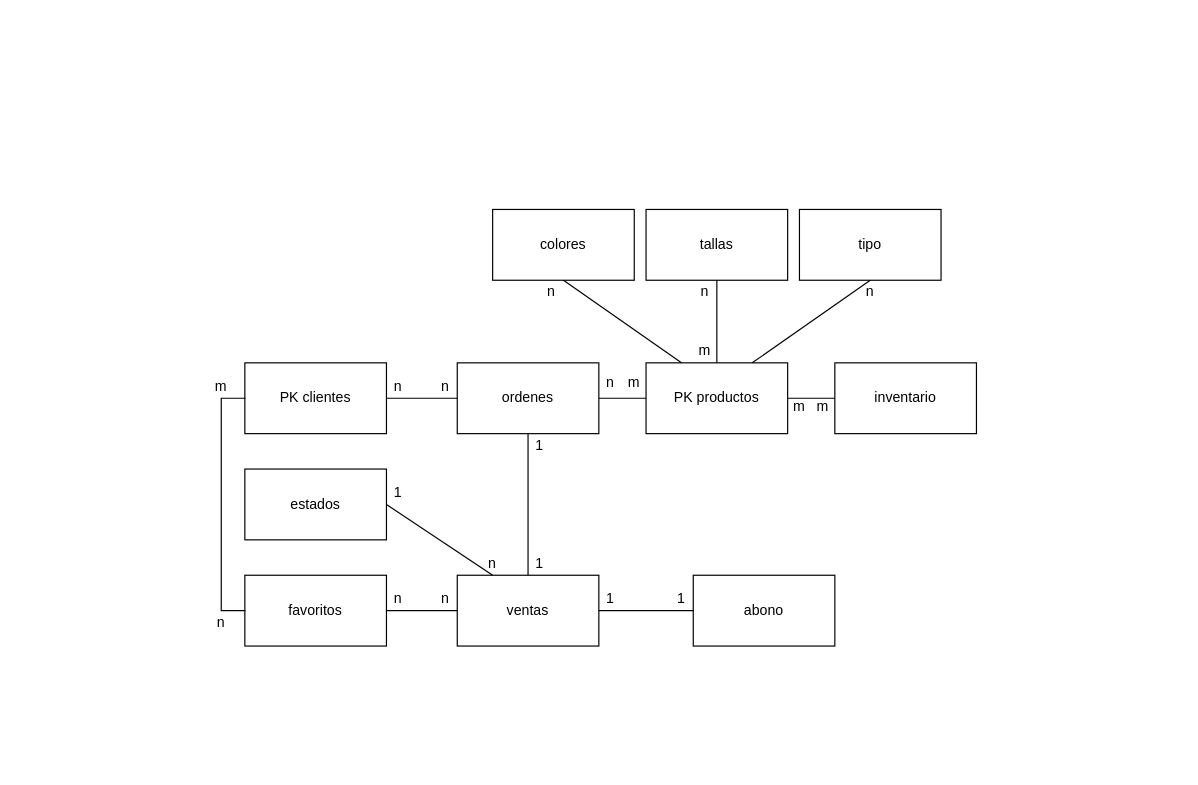
This is diagramas/nieve_cordillera.drawio from carpenaloza/basic_repo, a draw.io file, before an edit. Source tidied: cells renumbered, new cells numbered last; positions are measured from the earlier drawing's top-left corner, leaving out a move shared by most shapes. Both pictures are drawn from the tidied source at 118%, with x=0, y=0 at pixel (126, 209).
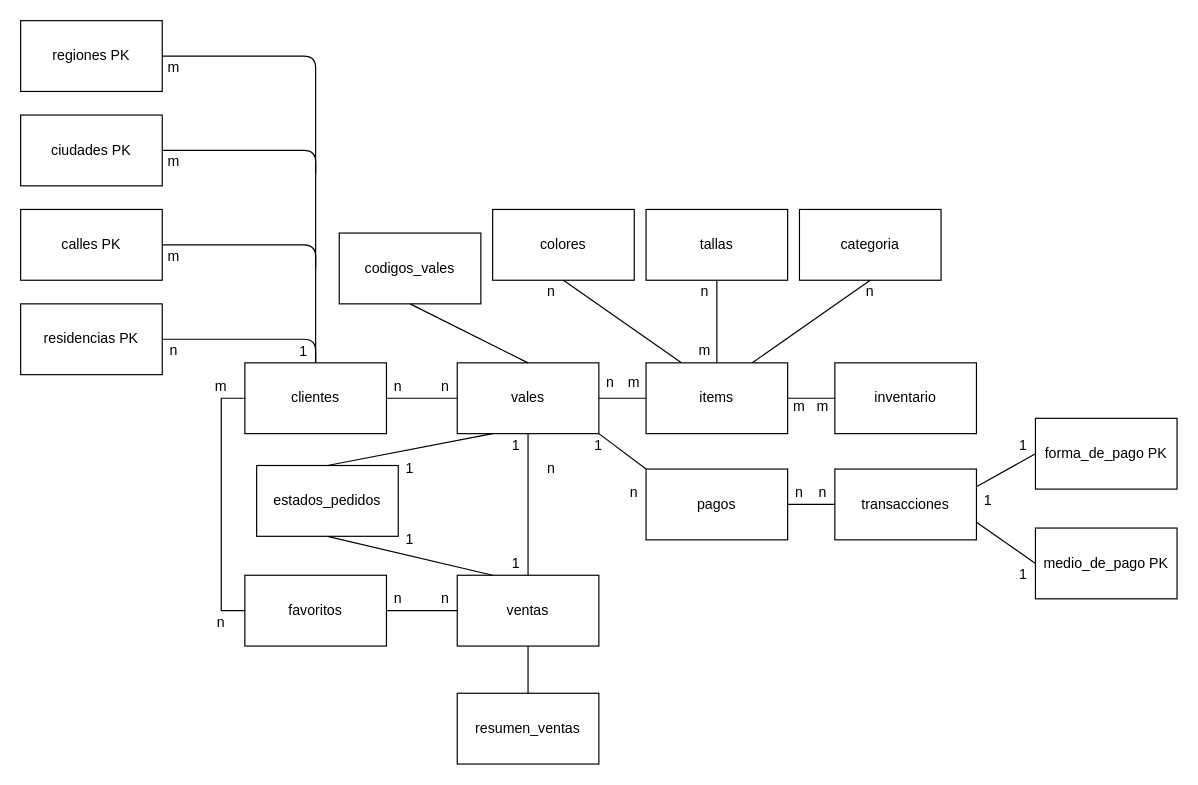
The same page after the edit.

Unchanged cells that the change refers to:
```xml
<mxCell id="9" value="ventas" style="rounded=0;whiteSpace=wrap;html=1;" parent="1" vertex="1">
  <mxGeometry x="280" y="310" width="120" height="60" as="geometry" />
</mxCell>
```

What changed in the source:
```diff
@@
-    <mxCell id="2" value="PK clientes" style="rounded=0;whiteSpace=wrap;html=1;" parent="1" vertex="1">
+    <mxCell id="2" value="clientes" style="rounded=0;whiteSpace=wrap;html=1;" parent="1" vertex="1">
       <mxGeometry x="100" y="130" width="120" height="60" as="geometry" />
     </mxCell>
-    <mxCell id="3" value="PK productos" style="rounded=0;whiteSpace=wrap;html=1;" parent="1" vertex="1">
+    <mxCell id="3" value="items" style="rounded=0;whiteSpace=wrap;html=1;" parent="1" vertex="1">
       <mxGeometry x="440" y="130" width="120" height="60" as="geometry" />
     </mxCell>
-    <mxCell id="4" value="ordenes" style="rounded=0;whiteSpace=wrap;html=1;" parent="1" vertex="1">
+    <mxCell id="4" value="vales" style="rounded=0;whiteSpace=wrap;html=1;" parent="1" vertex="1">
       <mxGeometry x="280" y="130" width="120" height="60" as="geometry" />
     </mxCell>
-    <mxCell id="5" value="estados" style="rounded=0;whiteSpace=wrap;html=1;" parent="1" vertex="1">
-      <mxGeometry x="100" y="220" width="120" height="60" as="geometry" />
+    <mxCell id="5" value="estados_pedidos" style="rounded=0;whiteSpace=wrap;html=1;" parent="1" vertex="1">
+      <mxGeometry x="110" y="217" width="120" height="60" as="geometry" />
     </mxCell>
@@
-    <mxCell id="15" style="endArrow=none;html=1;exitX=1;exitY=0.5;exitDx=0;exitDy=0;entryX=0.25;entryY=0;entryDx=0;entryDy=0;" parent="1" edge="1" source="5" target="9">
+    <mxCell id="15" style="endArrow=none;html=1;exitX=0.5;exitY=0;exitDx=0;exitDy=0;entryX=0;entryY=0;entryDx=0;entryDy=0;" parent="1" edge="1" source="5" target="37">
       <mxGeometry relative="1" as="geometry" />
     </mxCell>
@@
-    <mxCell id="20" value="tipo" style="rounded=0;whiteSpace=wrap;html=1;" parent="1" vertex="1">
+    <mxCell id="20" value="categoria" style="rounded=0;whiteSpace=wrap;html=1;" parent="1" vertex="1">
       <mxGeometry x="570" width="120" height="60" as="geometry" />
     </mxCell>
@@
-    <mxCell id="22" value="abono" style="rounded=0;whiteSpace=wrap;html=1;" parent="1" vertex="1">
-      <mxGeometry x="480" y="310" width="120" height="60" as="geometry" />
-    </mxCell>
-    <mxCell id="23" style="endArrow=none;html=1;exitX=1;exitY=0.5;exitDx=0;exitDy=0;" parent="1" edge="1" source="9">
-      <mxGeometry relative="1" as="geometry">
-        <mxPoint x="480" y="340" as="targetPoint" />
-        <Array as="points">
-          <mxPoint x="440" y="340" />
-        </Array>
-      </mxGeometry>
-    </mxCell>
@@
     <mxCell id="33" value="n" style="text;html=1;strokeColor=none;fillColor=none;align=center;verticalAlign=middle;whiteSpace=wrap;rounded=0;" parent="1" vertex="1">
-      <mxGeometry x="290" y="290" width="40" height="20" as="geometry" />
+      <mxGeometry x="340" y="210" width="40" height="20" as="geometry" />
     </mxCell>
@@
     <mxCell id="36" value="1" style="text;html=1;strokeColor=none;fillColor=none;align=center;verticalAlign=middle;whiteSpace=wrap;rounded=0;" parent="1" vertex="1">
-      <mxGeometry x="210" y="230" width="40" height="20" as="geometry" />
+      <mxGeometry x="220" y="210" width="40" height="20" as="geometry" />
     </mxCell>
     <mxCell id="37" value="1" style="text;html=1;strokeColor=none;fillColor=none;align=center;verticalAlign=middle;whiteSpace=wrap;rounded=0;" parent="1" vertex="1">
-      <mxGeometry x="330" y="190" width="40" height="20" as="geometry" />
+      <mxGeometry x="310" y="190" width="40" height="20" as="geometry" />
     </mxCell>
     <mxCell id="38" value="1" style="text;html=1;strokeColor=none;fillColor=none;align=center;verticalAlign=middle;whiteSpace=wrap;rounded=0;" parent="1" vertex="1">
-      <mxGeometry x="330" y="290" width="40" height="20" as="geometry" />
+      <mxGeometry x="310" y="290" width="40" height="20" as="geometry" />
     </mxCell>
-    <mxCell id="39" value="1" style="text;html=1;strokeColor=none;fillColor=none;align=center;verticalAlign=middle;whiteSpace=wrap;rounded=0;" parent="1" vertex="1">
-      <mxGeometry x="450" y="320" width="40" height="20" as="geometry" />
-    </mxCell>
-    <mxCell id="40" value="1" style="text;html=1;strokeColor=none;fillColor=none;align=center;verticalAlign=middle;whiteSpace=wrap;rounded=0;" parent="1" vertex="1">
-      <mxGeometry x="390" y="320" width="40" height="20" as="geometry" />
-    </mxCell>
@@
+    <mxCell id="44" value="residencias PK" style="rounded=0;whiteSpace=wrap;html=1;" parent="1" vertex="1">
+      <mxGeometry x="-90" y="80" width="120" height="60" as="geometry" />
+    </mxCell>
+    <mxCell id="45" value="calles PK" style="rounded=0;whiteSpace=wrap;html=1;" parent="1" vertex="1">
+      <mxGeometry x="-90" width="120" height="60" as="geometry" />
+    </mxCell>
+    <mxCell id="46" value="ciudades PK" style="rounded=0;whiteSpace=wrap;html=1;" parent="1" vertex="1">
+      <mxGeometry x="-90" y="-80" width="120" height="60" as="geometry" />
+    </mxCell>
+    <mxCell id="47" value="regiones PK" style="rounded=0;whiteSpace=wrap;html=1;" parent="1" vertex="1">
+      <mxGeometry x="-90" y="-160" width="120" height="60" as="geometry" />
+    </mxCell>
+    <mxCell id="48" style="endArrow=none;html=1;entryX=1;entryY=0.5;entryDx=0;entryDy=0;exitX=0.5;exitY=0;exitDx=0;exitDy=0;" parent="1" edge="1" source="2" target="44">
+      <mxGeometry relative="1" as="geometry">
+        <Array as="points">
+          <mxPoint x="160" y="110" />
+        </Array>
+      </mxGeometry>
+    </mxCell>
+    <mxCell id="49" style="endArrow=none;html=1;entryX=1;entryY=0.5;entryDx=0;entryDy=0;exitX=0.5;exitY=0;exitDx=0;exitDy=0;" parent="1" edge="1" source="2">
+      <mxGeometry relative="1" as="geometry">
+        <mxPoint x="30" y="30" as="targetPoint" />
+        <Array as="points">
+          <mxPoint x="160" y="30" />
+        </Array>
+      </mxGeometry>
+    </mxCell>
+    <mxCell id="50" style="endArrow=none;html=1;entryX=1;entryY=0.5;entryDx=0;entryDy=0;exitX=0.5;exitY=0;exitDx=0;exitDy=0;" parent="1" edge="1">
+      <mxGeometry relative="1" as="geometry">
+        <mxPoint x="160" y="50" as="sourcePoint" />
+        <mxPoint x="30" y="-50" as="targetPoint" />
+        <Array as="points">
+          <mxPoint x="160" y="-50" />
+        </Array>
+      </mxGeometry>
+    </mxCell>
+    <mxCell id="51" style="endArrow=none;html=1;entryX=1;entryY=0.5;entryDx=0;entryDy=0;exitX=0.5;exitY=0;exitDx=0;exitDy=0;" parent="1" edge="1">
+      <mxGeometry relative="1" as="geometry">
+        <mxPoint x="160" y="-30" as="sourcePoint" />
+        <mxPoint x="30" y="-130" as="targetPoint" />
+        <Array as="points">
+          <mxPoint x="160" y="-130" />
+        </Array>
+      </mxGeometry>
+    </mxCell>
+    <mxCell id="52" value="n" style="text;html=1;strokeColor=none;fillColor=none;align=center;verticalAlign=middle;whiteSpace=wrap;rounded=0;" parent="1" vertex="1">
+      <mxGeometry x="20" y="110" width="40" height="20" as="geometry" />
+    </mxCell>
+    <mxCell id="53" value="1" style="text;html=1;strokeColor=none;fillColor=none;align=center;verticalAlign=middle;whiteSpace=wrap;rounded=0;" parent="1" vertex="1">
+      <mxGeometry x="130" y="111" width="40" height="20" as="geometry" />
+    </mxCell>
+    <mxCell id="54" value="m" style="text;html=1;strokeColor=none;fillColor=none;align=center;verticalAlign=middle;whiteSpace=wrap;rounded=0;" parent="1" vertex="1">
+      <mxGeometry x="20" y="30" width="40" height="20" as="geometry" />
+    </mxCell>
+    <mxCell id="55" value="m" style="text;html=1;strokeColor=none;fillColor=none;align=center;verticalAlign=middle;whiteSpace=wrap;rounded=0;" parent="1" vertex="1">
+      <mxGeometry x="20" y="-50" width="40" height="20" as="geometry" />
+    </mxCell>
+    <mxCell id="56" value="m" style="text;html=1;strokeColor=none;fillColor=none;align=center;verticalAlign=middle;whiteSpace=wrap;rounded=0;" parent="1" vertex="1">
+      <mxGeometry x="20" y="-130" width="40" height="20" as="geometry" />
+    </mxCell>
+    <mxCell id="57" value="transacciones" style="rounded=0;whiteSpace=wrap;html=1;" parent="1" vertex="1">
+      <mxGeometry x="600" y="220" width="120" height="60" as="geometry" />
+    </mxCell>
+    <mxCell id="58" value="forma_de_pago PK" style="rounded=0;whiteSpace=wrap;html=1;" parent="1" vertex="1">
+      <mxGeometry x="770" y="177" width="120" height="60" as="geometry" />
+    </mxCell>
+    <mxCell id="59" value="medio_de_pago PK" style="rounded=0;whiteSpace=wrap;html=1;" parent="1" vertex="1">
+      <mxGeometry x="770" y="270" width="120" height="60" as="geometry" />
+    </mxCell>
+    <mxCell id="60" style="endArrow=none;html=1;entryX=0;entryY=0.5;entryDx=0;entryDy=0;exitX=1;exitY=0.25;exitDx=0;exitDy=0;" parent="1" edge="1" source="57" target="58">
+      <mxGeometry relative="1" as="geometry" />
+    </mxCell>
+    <mxCell id="61" style="endArrow=none;html=1;entryX=0;entryY=0.5;entryDx=0;entryDy=0;exitX=1;exitY=0.75;exitDx=0;exitDy=0;" parent="1" edge="1" source="57" target="59">
+      <mxGeometry relative="1" as="geometry" />
+    </mxCell>
+    <mxCell id="62" value="pagos" style="rounded=0;whiteSpace=wrap;html=1;" parent="1" vertex="1">
+      <mxGeometry x="440" y="220" width="120" height="60" as="geometry" />
+    </mxCell>
+    <mxCell id="63" value="resumen_ventas" style="rounded=0;whiteSpace=wrap;html=1;" parent="1" vertex="1">
+      <mxGeometry x="280" y="410" width="120" height="60" as="geometry" />
+    </mxCell>
+    <mxCell id="64" style="endArrow=none;html=1;entryX=1;entryY=0.5;entryDx=0;entryDy=0;exitX=0;exitY=0.5;exitDx=0;exitDy=0;" parent="1" edge="1" source="57" target="62">
+      <mxGeometry relative="1" as="geometry" />
+    </mxCell>
+    <mxCell id="65" style="endArrow=none;html=1;entryX=0;entryY=0;entryDx=0;entryDy=0;exitX=1;exitY=1;exitDx=0;exitDy=0;" parent="1" edge="1" source="4" target="62">
+      <mxGeometry relative="1" as="geometry" />
+    </mxCell>
+    <mxCell id="66" value="n" style="text;html=1;strokeColor=none;fillColor=none;align=center;verticalAlign=middle;whiteSpace=wrap;rounded=0;" parent="1" vertex="1">
+      <mxGeometry x="410" y="230" width="40" height="20" as="geometry" />
+    </mxCell>
+    <mxCell id="67" value="n" style="text;html=1;strokeColor=none;fillColor=none;align=center;verticalAlign=middle;whiteSpace=wrap;rounded=0;" parent="1" vertex="1">
+      <mxGeometry x="570" y="230" width="40" height="20" as="geometry" />
+    </mxCell>
+    <mxCell id="68" value="n" style="text;html=1;strokeColor=none;fillColor=none;align=center;verticalAlign=middle;whiteSpace=wrap;rounded=0;" parent="1" vertex="1">
+      <mxGeometry x="550" y="230" width="40" height="20" as="geometry" />
+    </mxCell>
+    <mxCell id="69" value="1" style="text;html=1;strokeColor=none;fillColor=none;align=center;verticalAlign=middle;whiteSpace=wrap;rounded=0;" parent="1" vertex="1">
+      <mxGeometry x="710" y="237" width="40" height="20" as="geometry" />
+    </mxCell>
+    <mxCell id="70" value="1" style="text;html=1;strokeColor=none;fillColor=none;align=center;verticalAlign=middle;whiteSpace=wrap;rounded=0;" parent="1" vertex="1">
+      <mxGeometry x="740" y="190" width="40" height="20" as="geometry" />
+    </mxCell>
+    <mxCell id="71" value="1" style="text;html=1;strokeColor=none;fillColor=none;align=center;verticalAlign=middle;whiteSpace=wrap;rounded=0;" parent="1" vertex="1">
+      <mxGeometry x="740" y="300" width="40" height="20" as="geometry" />
+    </mxCell>
+    <mxCell id="72" style="endArrow=none;html=1;entryX=0.5;entryY=1;entryDx=0;entryDy=0;exitX=0.5;exitY=0;exitDx=0;exitDy=0;" parent="1" edge="1" source="63" target="9">
+      <mxGeometry relative="1" as="geometry" />
+    </mxCell>
+    <mxCell id="73" value="1" style="text;html=1;strokeColor=none;fillColor=none;align=center;verticalAlign=middle;whiteSpace=wrap;rounded=0;" parent="1" vertex="1">
+      <mxGeometry x="380" y="190" width="40" height="20" as="geometry" />
+    </mxCell>
+    <mxCell id="74" style="endArrow=none;html=1;entryX=0;entryY=1;entryDx=0;entryDy=0;exitX=0.5;exitY=1;exitDx=0;exitDy=0;" parent="1" edge="1" source="5" target="38">
+      <mxGeometry relative="1" as="geometry" />
+    </mxCell>
+    <mxCell id="75" value="1" style="text;html=1;strokeColor=none;fillColor=none;align=center;verticalAlign=middle;whiteSpace=wrap;rounded=0;" parent="1" vertex="1">
+      <mxGeometry x="220" y="270" width="40" height="20" as="geometry" />
+    </mxCell>
+    <mxCell id="76" value="codigos_vales" style="rounded=0;whiteSpace=wrap;html=1;" parent="1" vertex="1">
+      <mxGeometry x="180" y="20" width="120" height="60" as="geometry" />
+    </mxCell>
+    <mxCell id="77" style="endArrow=none;html=1;entryX=0.5;entryY=1;entryDx=0;entryDy=0;exitX=0.5;exitY=0;exitDx=0;exitDy=0;" parent="1" edge="1" source="4" target="76">
+      <mxGeometry relative="1" as="geometry" />
+    </mxCell>
```
